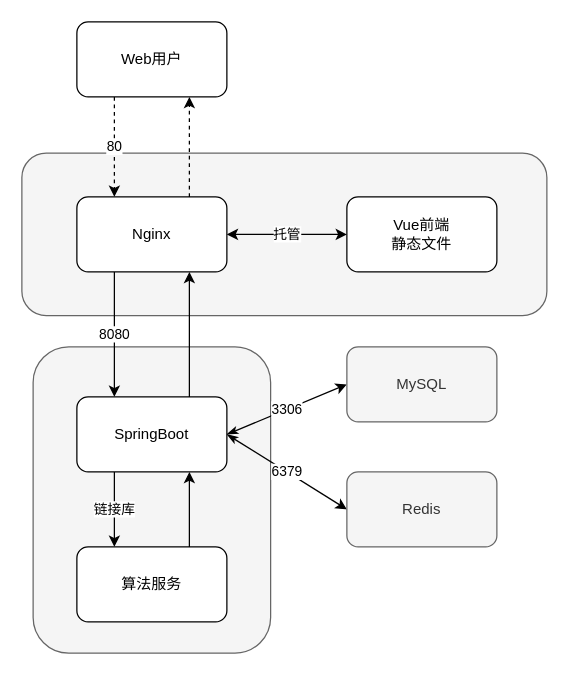
Before: docs/assets/项目架构.drawio in StaticAnalyzer/StaticAnalyzer-WebUI, a draw.io diagram. Source tidied: cells renumbered, new cells numbered last; positions are measured from the earlier drawing's top-left corner, leaving out a move shared by most shapes. Both pictures are drawn from the tidied source at 125%, with x=0, y=0 at pixel (21, 21).
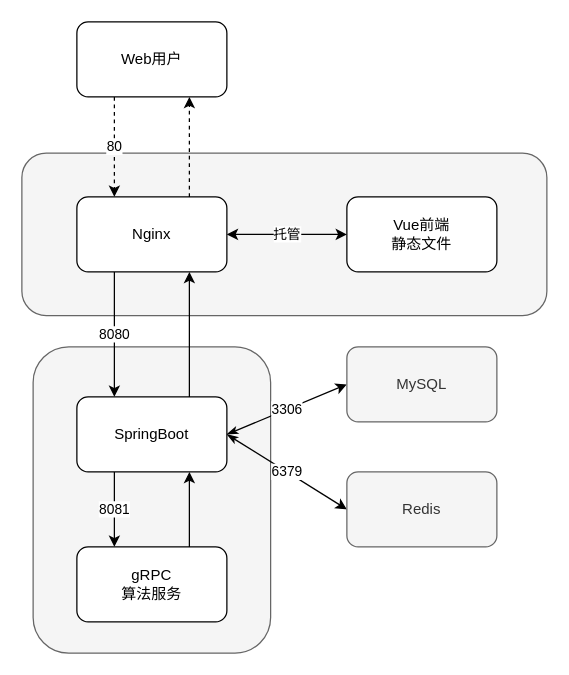
The same diagram, later.

The change refers to these unchanged cells:
```xml
<mxCell id="15" value="SpringBoot" style="rounded=1;whiteSpace=wrap;html=1;" parent="1" vertex="1">
  <mxGeometry x="44" y="300" width="120" height="60" as="geometry" />
</mxCell>
```

The edit, as a diff of the source:
```diff
@@
-    <mxCell id="12" value="链接库" style="edgeStyle=orthogonalEdgeStyle;rounded=0;jettySize=auto;html=1;exitX=0.25;exitY=1;exitDx=0;exitDy=0;entryX=0.25;entryY=0;entryDx=0;entryDy=0;" parent="1" edge="1" source="15" target="17">
-      <mxGeometry relative="1" as="geometry" />
+    <mxCell id="12" value="8081" style="edgeStyle=orthogonalEdgeStyle;rounded=0;jettySize=auto;html=1;exitX=0.25;exitY=1;exitDx=0;exitDy=0;entryX=0.25;entryY=0;entryDx=0;entryDy=0;" parent="1" edge="1" source="15" target="17">
+      <mxGeometry relative="1" as="geometry">
+        <Array as="points">
+          <mxPoint x="74" y="390" />
+          <mxPoint x="74" y="390" />
+        </Array>
+      </mxGeometry>
     </mxCell>
@@
-    <mxCell id="17" value="算法服务" style="rounded=1;whiteSpace=wrap;html=1;" parent="1" vertex="1">
+    <mxCell id="17" value="gRPC&lt;br&gt;算法服务" style="rounded=1;whiteSpace=wrap;html=1;" parent="1" vertex="1">
       <mxGeometry x="44" y="420" width="120" height="60" as="geometry" />
     </mxCell>
```
